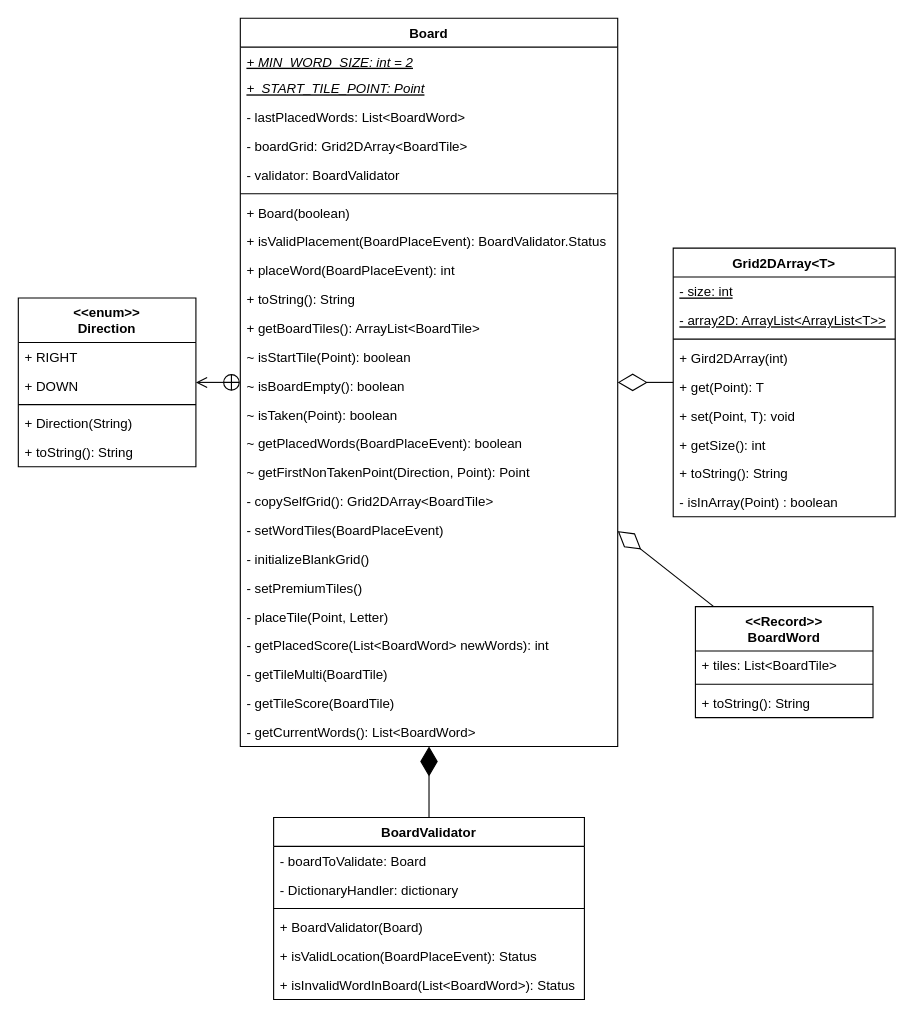
This is page "Board" (1 of 3) of UML/ClassDiagrams/Model/Board.drawio from trk20/Scuffle, a draw.io file, before an edit. Source tidied: cells renumbered, new cells numbered last; positions are measured from the earlier drawing's top-left corner, leaving out a move shared by most shapes. Both pictures are drawn from the tidied source at 111%, with x=0, y=0 at pixel (18, 18).
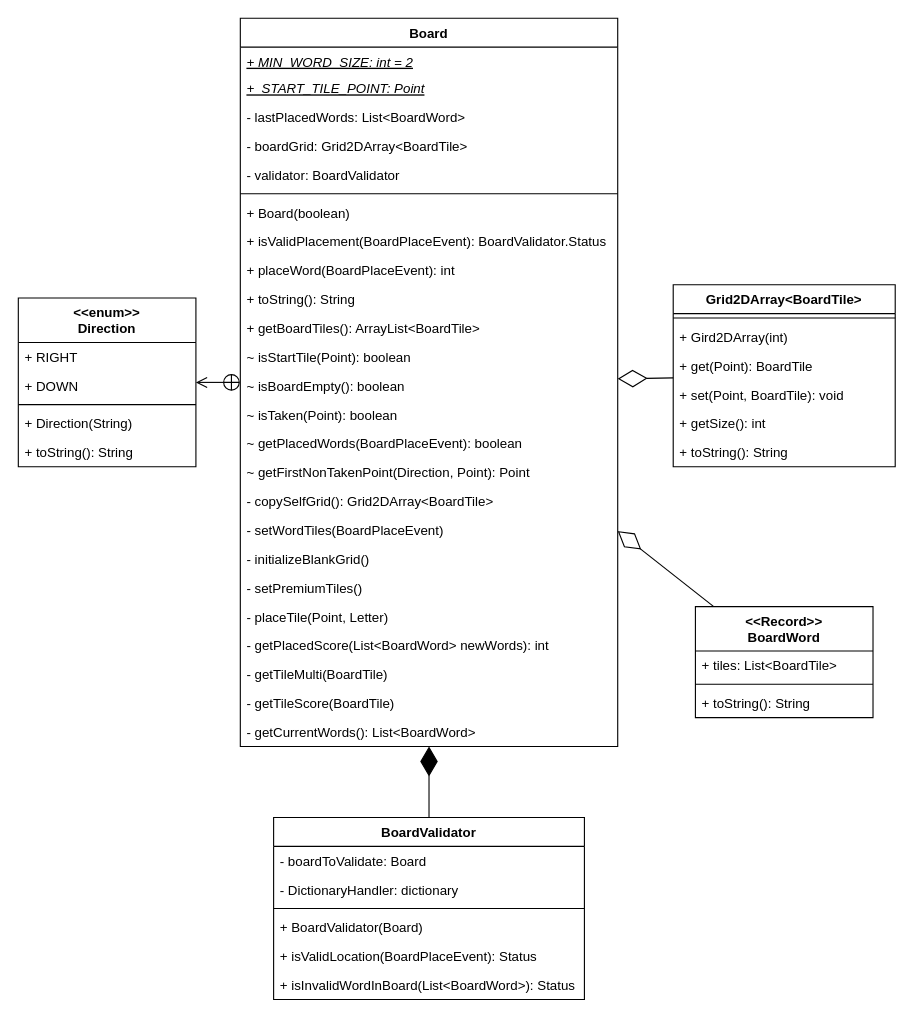
The same diagram, later.

What changed in the source:
```diff
@@
-    <mxCell id="43" value="Grid2DArray&lt;T&gt;" style="swimlane;fontStyle=1;align=center;verticalAlign=top;horizontal=1;startSize=26;" parent="1" vertex="1">
-      <mxGeometry x="590" y="207" width="200" height="242" as="geometry" />
+    <mxCell id="43" value="Grid2DArray&lt;BoardTile&gt;" style="swimlane;fontStyle=1;align=center;verticalAlign=top;horizontal=1;startSize=26;" parent="1" vertex="1">
+      <mxGeometry x="590" y="240" width="200" height="164" as="geometry" />
     </mxCell>
-    <mxCell id="44" value="- size: int" style="text;strokeColor=none;fillColor=none;align=left;verticalAlign=top;spacingLeft=4;spacingRight=4;overflow=hidden;fontStyle=4;" parent="43" vertex="1">
-      <mxGeometry y="26" width="200" height="26" as="geometry" />
-    </mxCell>
-    <mxCell id="45" value="- array2D: ArrayList&lt;ArrayList&lt;T&gt;&gt;" style="text;strokeColor=none;fillColor=none;align=left;verticalAlign=top;spacingLeft=4;spacingRight=4;overflow=hidden;fontStyle=4;" parent="43" vertex="1">
-      <mxGeometry y="52" width="200" height="26" as="geometry" />
-    </mxCell>
     <mxCell id="46" style="line;strokeWidth=1;fillColor=none;align=left;verticalAlign=middle;spacingTop=-1;spacingLeft=3;spacingRight=3;labelPosition=right;" parent="43" vertex="1">
-      <mxGeometry y="78" width="200" height="8" as="geometry" />
+      <mxGeometry y="26" width="200" height="8" as="geometry" />
     </mxCell>
     <mxCell id="47" value="+ Gird2DArray(int)" style="text;strokeColor=none;fillColor=none;align=left;verticalAlign=top;spacingLeft=4;spacingRight=4;overflow=hidden;" parent="43" vertex="1">
-      <mxGeometry y="86" width="200" height="26" as="geometry" />
+      <mxGeometry y="34" width="200" height="26" as="geometry" />
     </mxCell>
-    <mxCell id="48" value="+ get(Point): T" style="text;strokeColor=none;fillColor=none;align=left;verticalAlign=top;spacingLeft=4;spacingRight=4;overflow=hidden;" parent="43" vertex="1">
-      <mxGeometry y="112" width="200" height="26" as="geometry" />
+    <mxCell id="48" value="+ get(Point): BoardTile" style="text;strokeColor=none;fillColor=none;align=left;verticalAlign=top;spacingLeft=4;spacingRight=4;overflow=hidden;" parent="43" vertex="1">
+      <mxGeometry y="60" width="200" height="26" as="geometry" />
     </mxCell>
-    <mxCell id="49" value="+ set(Point, T): void" style="text;strokeColor=none;fillColor=none;align=left;verticalAlign=top;spacingLeft=4;spacingRight=4;overflow=hidden;" parent="43" vertex="1">
-      <mxGeometry y="138" width="200" height="26" as="geometry" />
+    <mxCell id="49" value="+ set(Point, BoardTile): void" style="text;strokeColor=none;fillColor=none;align=left;verticalAlign=top;spacingLeft=4;spacingRight=4;overflow=hidden;" parent="43" vertex="1">
+      <mxGeometry y="86" width="200" height="26" as="geometry" />
     </mxCell>
     <mxCell id="50" value="+ getSize(): int" style="text;strokeColor=none;fillColor=none;align=left;verticalAlign=top;spacingLeft=4;spacingRight=4;overflow=hidden;" parent="43" vertex="1">
-      <mxGeometry y="164" width="200" height="26" as="geometry" />
+      <mxGeometry y="112" width="200" height="26" as="geometry" />
     </mxCell>
     <mxCell id="51" value="+ toString(): String" style="text;strokeColor=none;fillColor=none;align=left;verticalAlign=top;spacingLeft=4;spacingRight=4;overflow=hidden;" parent="43" vertex="1">
-      <mxGeometry y="190" width="200" height="26" as="geometry" />
+      <mxGeometry y="138" width="200" height="26" as="geometry" />
     </mxCell>
-    <mxCell id="52" value="- isInArray(Point) : boolean" style="text;strokeColor=none;fillColor=none;align=left;verticalAlign=top;spacingLeft=4;spacingRight=4;overflow=hidden;" parent="43" vertex="1">
-      <mxGeometry y="216" width="200" height="26" as="geometry" />
-    </mxCell>
```
